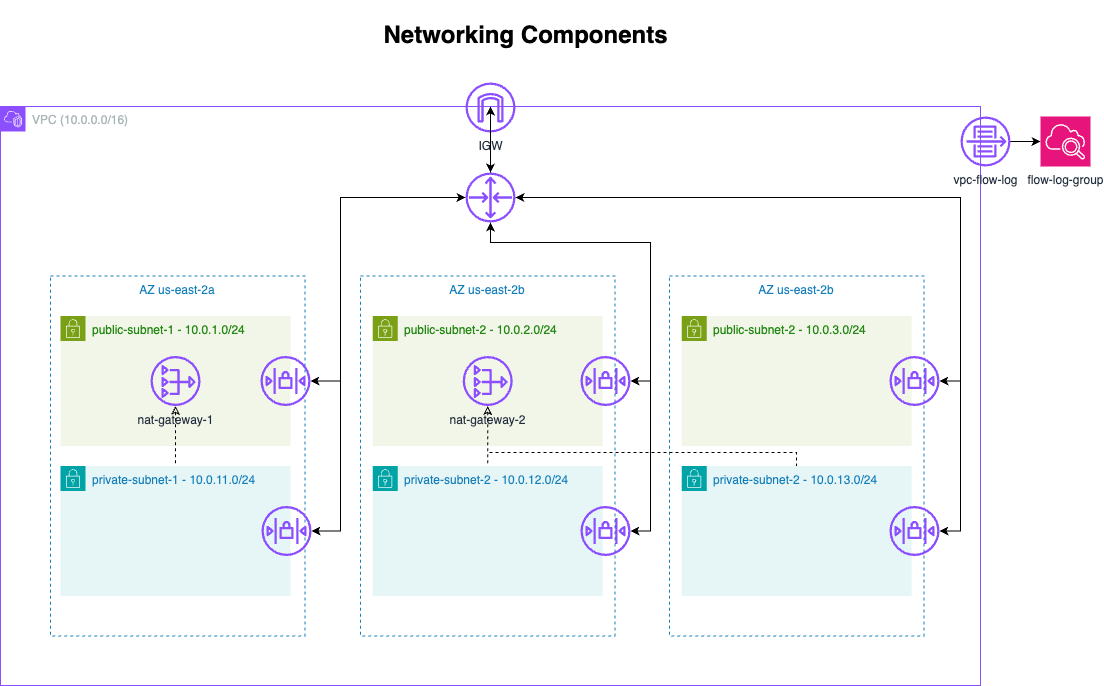
RichardSilveira/genai-bedrock-intelligent-assistant keeps this draw.io diagram as iac/assets/networking-components.drawio.png. Above is the earlier version. Source tidied: cells renumbered, new cells last; positions are measured from the earlier drawing's top-left corner, leaving out a move shared by most shapes.
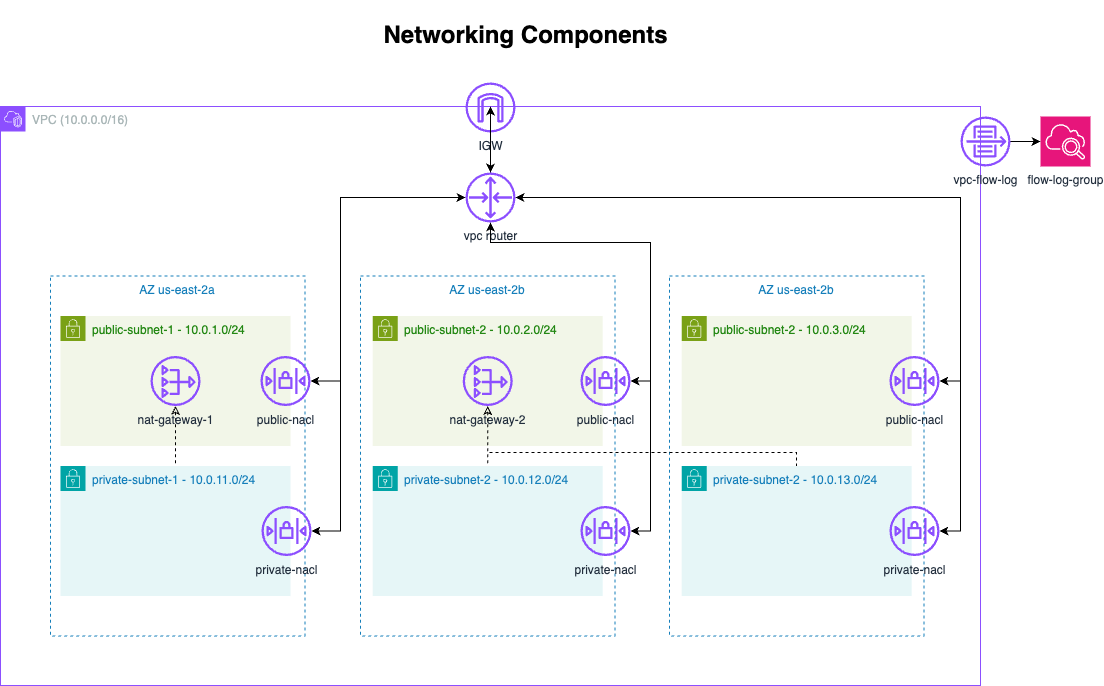
After the commit.

Change to the diagram source:
```diff
@@ -23,13 +23,13 @@
     <mxCell id="8" value="nat-gateway-2" style="sketch=0;outlineConnect=0;fontColor=#232F3E;gradientColor=none;fillColor=#8C4FFF;strokeColor=none;dashed=0;verticalLabelPosition=bottom;verticalAlign=top;align=center;html=1;fontSize=12;fontStyle=0;shape=mxgraph.aws4.nat_gateway;" parent="6" vertex="1">
       <mxGeometry x="90" y="40" width="50" height="50" as="geometry" />
     </mxCell>
-    <mxCell id="9" style="sketch=0;outlineConnect=0;fontColor=#232F3E;gradientColor=none;fillColor=#8C4FFF;strokeColor=none;dashed=0;verticalLabelPosition=bottom;verticalAlign=top;align=center;html=1;fontSize=12;fontStyle=0;shape=mxgraph.aws4.network_access_control_list;" parent="6" vertex="1">
+    <mxCell id="9" value="public-nacl" style="sketch=0;outlineConnect=0;fontColor=#232F3E;gradientColor=none;fillColor=#8C4FFF;strokeColor=none;dashed=0;verticalLabelPosition=bottom;verticalAlign=top;align=center;html=1;fontSize=12;fontStyle=0;shape=mxgraph.aws4.network_access_control_list;" parent="6" vertex="1">
       <mxGeometry x="207.8" y="40" width="50" height="50" as="geometry" />
     </mxCell>
     <mxCell id="10" value="private-subnet-2 -&amp;nbsp;10.0.12.0/24" style="points=[[0,0],[0.25,0],[0.5,0],[0.75,0],[1,0],[1,0.25],[1,0.5],[1,0.75],[1,1],[0.75,1],[0.5,1],[0.25,1],[0,1],[0,0.75],[0,0.5],[0,0.25]];outlineConnect=0;gradientColor=none;html=1;fontSize=12;fontStyle=0;shape=mxgraph.aws4.group;grIcon=mxgraph.aws4.group_security_group;grStroke=0;strokeColor=#00A4A6;fillColor=#E6F6F7;verticalAlign=top;align=left;spacingLeft=30;fontColor=#147EBA;dashed=0;whiteSpace=wrap;" parent="4" vertex="1">
       <mxGeometry x="12.2" y="190" width="230" height="130" as="geometry" />
     </mxCell>
-    <mxCell id="11" style="sketch=0;outlineConnect=0;fontColor=#232F3E;gradientColor=none;fillColor=#8C4FFF;strokeColor=none;dashed=0;verticalLabelPosition=bottom;verticalAlign=top;align=center;html=1;fontSize=12;fontStyle=0;shape=mxgraph.aws4.network_access_control_list;" parent="4" vertex="1">
+    <mxCell id="11" value="private-nacl" style="sketch=0;outlineConnect=0;fontColor=#232F3E;gradientColor=none;fillColor=#8C4FFF;strokeColor=none;dashed=0;verticalLabelPosition=bottom;verticalAlign=top;align=center;html=1;fontSize=12;fontStyle=0;shape=mxgraph.aws4.network_access_control_list;" parent="4" vertex="1">
       <mxGeometry x="220" y="230" width="50" height="50" as="geometry" />
     </mxCell>
     <mxCell id="12" style="edgeStyle=orthogonalEdgeStyle;rounded=0;jettySize=auto;html=1;dashed=1;startArrow=classic;startFill=0;endArrow=none;" parent="4" edge="1" source="8" target="10">
@@ -58,7 +58,7 @@
     <mxCell id="18" style="rounded=0;jettySize=auto;html=1;" parent="1" edge="1" source="19" target="14">
       <mxGeometry relative="1" as="geometry" />
     </mxCell>
-    <mxCell id="19" style="sketch=0;outlineConnect=0;fontColor=#232F3E;gradientColor=none;fillColor=#8C4FFF;strokeColor=none;dashed=0;verticalLabelPosition=bottom;verticalAlign=top;align=center;html=1;fontSize=12;fontStyle=0;shape=mxgraph.aws4.router;" parent="1" vertex="1">
+    <mxCell id="19" value="vpc router" style="sketch=0;outlineConnect=0;fontColor=#232F3E;gradientColor=none;fillColor=#8C4FFF;strokeColor=none;dashed=0;verticalLabelPosition=bottom;verticalAlign=top;align=center;html=1;fontSize=12;fontStyle=0;shape=mxgraph.aws4.router;" parent="1" vertex="1">
       <mxGeometry x="465" y="172" width="50" height="50" as="geometry" />
     </mxCell>
     <mxCell id="20" value="public-subnet-1 - 10.0.1.0/24" style="gradientColor=none;html=1;whiteSpace=wrap;fontSize=12;fontStyle=0;shape=mxgraph.aws4.group;grIcon=mxgraph.aws4.group_security_group;grStroke=0;strokeColor=#7AA116;fillColor=#F2F6E8;verticalAlign=top;align=left;spacingLeft=30;fontColor=#248814;dashed=0;" parent="1" vertex="1">
@@ -71,7 +71,7 @@
         </Array>
       </mxGeometry>
     </mxCell>
-    <mxCell id="22" style="sketch=0;outlineConnect=0;fontColor=#232F3E;gradientColor=none;fillColor=#8C4FFF;strokeColor=none;dashed=0;verticalLabelPosition=bottom;verticalAlign=top;align=center;html=1;fontSize=12;fontStyle=0;shape=mxgraph.aws4.network_access_control_list;" parent="1" vertex="1">
+    <mxCell id="22" value="public-nacl" style="sketch=0;outlineConnect=0;fontColor=#232F3E;gradientColor=none;fillColor=#8C4FFF;strokeColor=none;dashed=0;verticalLabelPosition=bottom;verticalAlign=top;align=center;html=1;fontSize=12;fontStyle=0;shape=mxgraph.aws4.network_access_control_list;" parent="1" vertex="1">
       <mxGeometry x="260" y="355.5" width="50" height="50" as="geometry" />
     </mxCell>
     <mxCell id="23" style="edgeStyle=orthogonalEdgeStyle;rounded=0;jettySize=auto;html=1;dashed=1;startArrow=classic;startFill=0;endArrow=none;" parent="1" edge="1" source="24" target="25">
@@ -91,7 +91,7 @@
         </Array>
       </mxGeometry>
     </mxCell>
-    <mxCell id="27" style="sketch=0;outlineConnect=0;fontColor=#232F3E;gradientColor=none;fillColor=#8C4FFF;strokeColor=none;dashed=0;verticalLabelPosition=bottom;verticalAlign=top;align=center;html=1;fontSize=12;fontStyle=0;shape=mxgraph.aws4.network_access_control_list;" parent="1" vertex="1">
+    <mxCell id="27" value="private-nacl" style="sketch=0;outlineConnect=0;fontColor=#232F3E;gradientColor=none;fillColor=#8C4FFF;strokeColor=none;dashed=0;verticalLabelPosition=bottom;verticalAlign=top;align=center;html=1;fontSize=12;fontStyle=0;shape=mxgraph.aws4.network_access_control_list;" parent="1" vertex="1">
       <mxGeometry x="261" y="505.5" width="50" height="50" as="geometry" />
     </mxCell>
     <mxCell id="28" value="private-subnet-2 -&amp;nbsp;10.0.13.0/24" style="points=[[0,0],[0.25,0],[0.5,0],[0.75,0],[1,0],[1,0.25],[1,0.5],[1,0.75],[1,1],[0.75,1],[0.5,1],[0.25,1],[0,1],[0,0.75],[0,0.5],[0,0.25]];outlineConnect=0;gradientColor=none;html=1;fontSize=12;fontStyle=0;shape=mxgraph.aws4.group;grIcon=mxgraph.aws4.group_security_group;grStroke=0;strokeColor=#00A4A6;fillColor=#E6F6F7;verticalAlign=top;align=left;spacingLeft=30;fontColor=#147EBA;dashed=0;whiteSpace=wrap;" parent="1" vertex="1">
@@ -105,7 +105,7 @@
         </Array>
       </mxGeometry>
     </mxCell>
-    <mxCell id="30" style="sketch=0;outlineConnect=0;fontColor=#232F3E;gradientColor=none;fillColor=#8C4FFF;strokeColor=none;dashed=0;verticalLabelPosition=bottom;verticalAlign=top;align=center;html=1;fontSize=12;fontStyle=0;shape=mxgraph.aws4.network_access_control_list;" parent="1" vertex="1">
+    <mxCell id="30" value="private-nacl" style="sketch=0;outlineConnect=0;fontColor=#232F3E;gradientColor=none;fillColor=#8C4FFF;strokeColor=none;dashed=0;verticalLabelPosition=bottom;verticalAlign=top;align=center;html=1;fontSize=12;fontStyle=0;shape=mxgraph.aws4.network_access_control_list;" parent="1" vertex="1">
       <mxGeometry x="889" y="505.5" width="50" height="50" as="geometry" />
     </mxCell>
     <mxCell id="31" value="public-subnet-2 -&amp;nbsp;10.0.3.0/24" style="gradientColor=none;html=1;whiteSpace=wrap;fontSize=12;fontStyle=0;shape=mxgraph.aws4.group;grIcon=mxgraph.aws4.group_security_group;grStroke=0;strokeColor=#7AA116;fillColor=#F2F6E8;verticalAlign=top;align=left;spacingLeft=30;fontColor=#248814;dashed=0;" parent="1" vertex="1">
@@ -119,7 +119,7 @@
         </Array>
       </mxGeometry>
     </mxCell>
-    <mxCell id="33" style="sketch=0;outlineConnect=0;fontColor=#232F3E;gradientColor=none;fillColor=#8C4FFF;strokeColor=none;dashed=0;verticalLabelPosition=bottom;verticalAlign=top;align=center;html=1;fontSize=12;fontStyle=0;shape=mxgraph.aws4.network_access_control_list;" parent="1" vertex="1">
+    <mxCell id="33" value="public-nacl" style="sketch=0;outlineConnect=0;fontColor=#232F3E;gradientColor=none;fillColor=#8C4FFF;strokeColor=none;dashed=0;verticalLabelPosition=bottom;verticalAlign=top;align=center;html=1;fontSize=12;fontStyle=0;shape=mxgraph.aws4.network_access_control_list;" parent="1" vertex="1">
       <mxGeometry x="889" y="355.5" width="50" height="50" as="geometry" />
     </mxCell>
     <mxCell id="34" style="edgeStyle=orthogonalEdgeStyle;rounded=0;jettySize=auto;html=1;startArrow=classic;startFill=1;" parent="1" edge="1" source="11" target="19">
```
